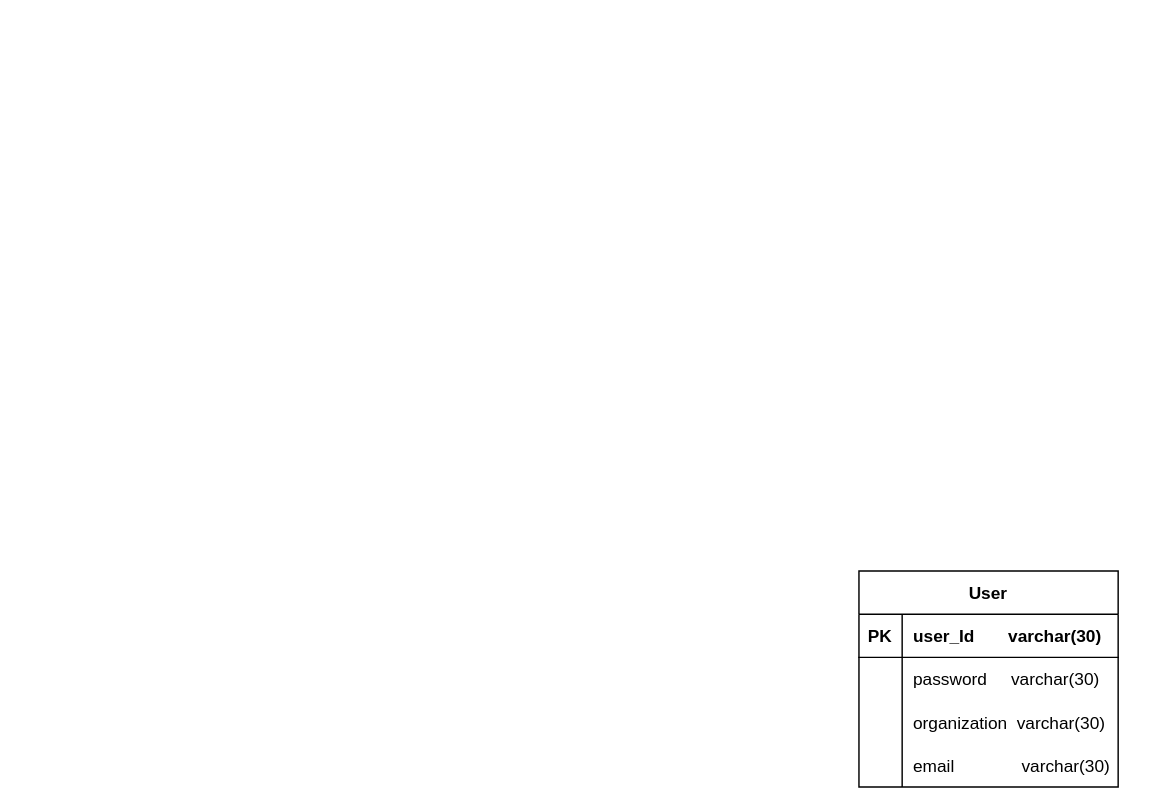
The draw.io diagram 분석 플랫폼 테이블 설계.drawio in vtw-atm/bigdata-table-diagram, before the edit. Source tidied: cells renumbered, new cells numbered last; positions are measured from the earlier drawing's top-left corner, leaving out a move shared by most shapes. Both pictures are drawn from the tidied source at 144%, with x=0, y=0 at pixel (858, 570).
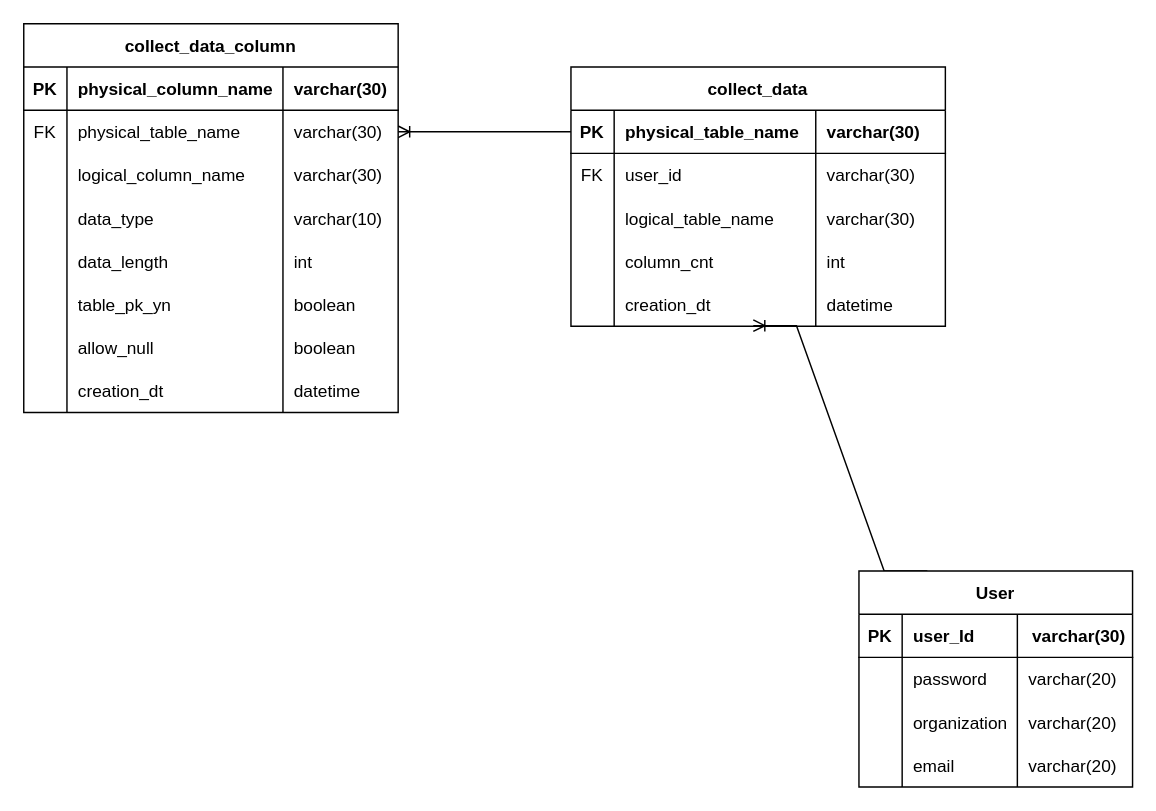
The same page after the edit.

Commit message:
분석 플랫폼 테이블 설계.drawio 업데이트

The edit, as a diff of the source:
```diff
@@
+    <mxCell id="15" style="edgeStyle=entityRelationEdgeStyle;fontSize=12;html=1;endArrow=ERoneToMany;rounded=0;entryX=0.487;entryY=0.989;entryDx=0;entryDy=0;exitX=0.25;exitY=0;exitDx=0;exitDy=0;entryPerimeter=0;" parent="1" edge="1" source="2" target="50">
+      <mxGeometry relative="1" as="geometry" />
+    </mxCell>
+    <mxCell id="16" style="edgeStyle=entityRelationEdgeStyle;fontSize=12;html=1;endArrow=ERoneToMany;rounded=0;exitX=0;exitY=0.5;exitDx=0;exitDy=0;entryX=1;entryY=0.5;entryDx=0;entryDy=0;" parent="1" edge="1" source="34" target="59">
+      <mxGeometry relative="1" as="geometry" />
+    </mxCell>
-    <mxCell id="2" value="User" style="shape=table;startSize=30;childLayout=tableLayout;rowLines=0;fontStyle=1;align=center;" parent="1" vertex="1">
-      <mxGeometry width="180" height="150" as="geometry" />
+    <mxCell id="2" value="User" style="shape=table;startSize=30;childLayout=tableLayout;rowLines=0;fontStyle=1;align=center;rounded=0;" parent="1" vertex="1">
+      <mxGeometry width="190" height="150" as="geometry" />
     </mxCell>
-    <mxCell id="3" style="shape=tableRow;horizontal=0;startSize=0;swimlaneHead=0;swimlaneBody=0;fillColor=none;top=0;left=0;right=0;bottom=1;" parent="2" vertex="1">
-      <mxGeometry y="30" width="180" height="30" as="geometry" />
-    </mxCell>
-    <mxCell id="4" value="PK" style="shape=partialRectangle;fillColor=none;top=0;left=0;bottom=0;right=0;fontStyle=1;overflow=hidden;" parent="3" vertex="1">
-      <mxGeometry width="30" height="30" as="geometry" />
-    </mxCell>
-    <mxCell id="5" value="user_Id       varchar(30)    " style="shape=partialRectangle;fillColor=none;top=0;left=0;bottom=0;right=0;align=left;spacingLeft=6;fontStyle=1;overflow=hidden;" parent="3" vertex="1">
-      <mxGeometry x="30" width="150" height="30" as="geometry" />
-    </mxCell>
-    <mxCell id="6" style="shape=tableRow;horizontal=0;startSize=0;swimlaneHead=0;swimlaneBody=0;fillColor=none;top=0;left=0;right=0;bottom=0;" parent="2" vertex="1">
-      <mxGeometry y="60" width="180" height="30" as="geometry" />
-    </mxCell>
-    <mxCell id="7" style="shape=partialRectangle;fillColor=none;top=0;left=0;bottom=0;right=0;overflow=hidden;" parent="6" vertex="1">
-      <mxGeometry width="30" height="30" as="geometry" />
-    </mxCell>
-    <mxCell id="8" value="password     varchar(30)" style="shape=partialRectangle;fillColor=none;top=0;left=0;bottom=0;right=0;align=left;spacingLeft=6;overflow=hidden;" parent="6" vertex="1">
-      <mxGeometry x="30" width="150" height="30" as="geometry" />
-    </mxCell>
-    <mxCell id="9" style="shape=tableRow;horizontal=0;startSize=0;swimlaneHead=0;swimlaneBody=0;fillColor=none;top=0;left=0;right=0;bottom=0;" parent="2" vertex="1">
-      <mxGeometry y="90" width="180" height="30" as="geometry" />
-    </mxCell>
-    <mxCell id="10" style="shape=partialRectangle;fillColor=none;top=0;left=0;bottom=0;right=0;overflow=hidden;" parent="9" vertex="1">
-      <mxGeometry width="30" height="30" as="geometry" />
-    </mxCell>
-    <mxCell id="11" value="organization  varchar(30)" style="shape=partialRectangle;fillColor=none;top=0;left=0;bottom=0;right=0;align=left;spacingLeft=6;overflow=hidden;" parent="9" vertex="1">
-      <mxGeometry x="30" width="150" height="30" as="geometry" />
-    </mxCell>
-    <mxCell id="12" style="shape=tableRow;horizontal=0;startSize=0;swimlaneHead=0;swimlaneBody=0;fillColor=none;top=0;left=0;right=0;bottom=0;" parent="2" vertex="1">
-      <mxGeometry y="120" width="180" height="30" as="geometry" />
-    </mxCell>
-    <mxCell id="13" style="shape=partialRectangle;fillColor=none;top=0;left=0;bottom=0;right=0;overflow=hidden;" parent="12" vertex="1">
-      <mxGeometry width="30" height="30" as="geometry" />
-    </mxCell>
-    <mxCell id="14" value="email              varchar(30)" style="shape=partialRectangle;fillColor=none;top=0;left=0;bottom=0;right=0;align=left;spacingLeft=6;overflow=hidden;" parent="12" vertex="1">
-      <mxGeometry x="30" width="150" height="30" as="geometry" />
-    </mxCell>
+    <mxCell id="17" style="shape=tableRow;horizontal=0;startSize=0;swimlaneHead=0;swimlaneBody=0;fillColor=none;top=0;left=0;right=0;bottom=1;rounded=0;" parent="2" vertex="1">
+      <mxGeometry y="30" width="190" height="30" as="geometry" />
+    </mxCell>
+    <mxCell id="18" value="PK" style="shape=partialRectangle;fillColor=none;top=0;left=0;bottom=0;right=0;fontStyle=1;overflow=hidden;rounded=0;" parent="17" vertex="1">
+      <mxGeometry width="30" height="30" as="geometry" />
+    </mxCell>
+    <mxCell id="19" value="user_Id" style="shape=partialRectangle;fillColor=none;top=0;left=0;bottom=0;right=0;align=left;spacingLeft=6;fontStyle=1;overflow=hidden;rounded=0;" parent="17" vertex="1">
+      <mxGeometry x="30" width="80" height="30" as="geometry" />
+    </mxCell>
+    <mxCell id="20" value="varchar(30)" style="shape=partialRectangle;fillColor=none;top=0;left=0;bottom=0;right=0;align=center;spacingLeft=6;fontStyle=1;overflow=hidden;labelBorderColor=none;strokeWidth=1;strokeColor=default;dashed=1;labelPosition=center;verticalLabelPosition=middle;verticalAlign=middle;rounded=0;sketch=1;curveFitting=1;jiggle=2;" parent="17" vertex="1">
+      <mxGeometry x="110" width="80" height="30" as="geometry" />
+    </mxCell>
+    <mxCell id="21" style="shape=tableRow;horizontal=0;startSize=0;swimlaneHead=0;swimlaneBody=0;fillColor=none;top=0;left=0;right=0;bottom=0;rounded=0;" parent="2" vertex="1">
+      <mxGeometry y="60" width="190" height="30" as="geometry" />
+    </mxCell>
+    <mxCell id="22" style="shape=partialRectangle;fillColor=none;top=0;left=0;bottom=0;right=0;overflow=hidden;rounded=0;" parent="21" vertex="1">
+      <mxGeometry width="30" height="30" as="geometry" />
+    </mxCell>
+    <mxCell id="23" value="password " style="shape=partialRectangle;fillColor=none;top=0;left=0;bottom=0;right=0;align=left;spacingLeft=6;overflow=hidden;rounded=0;" parent="21" vertex="1">
+      <mxGeometry x="30" width="80" height="30" as="geometry" />
+    </mxCell>
+    <mxCell id="24" value="varchar(20)" style="shape=partialRectangle;fillColor=none;top=0;left=0;bottom=0;right=0;align=left;spacingLeft=6;overflow=hidden;rounded=0;" parent="21" vertex="1">
+      <mxGeometry x="110" width="80" height="30" as="geometry" />
+    </mxCell>
+    <mxCell id="25" style="shape=tableRow;horizontal=0;startSize=0;swimlaneHead=0;swimlaneBody=0;fillColor=none;top=0;left=0;right=0;bottom=0;rounded=0;" parent="2" vertex="1">
+      <mxGeometry y="90" width="190" height="30" as="geometry" />
+    </mxCell>
+    <mxCell id="26" style="shape=partialRectangle;fillColor=none;top=0;left=0;bottom=0;right=0;overflow=hidden;rounded=0;" parent="25" vertex="1">
+      <mxGeometry width="30" height="30" as="geometry" />
+    </mxCell>
+    <mxCell id="27" value="organization" style="shape=partialRectangle;fillColor=none;top=0;left=0;bottom=0;right=0;align=left;spacingLeft=6;overflow=hidden;rounded=0;" parent="25" vertex="1">
+      <mxGeometry x="30" width="80" height="30" as="geometry" />
+    </mxCell>
+    <mxCell id="28" value="varchar(20)" style="shape=partialRectangle;fillColor=none;top=0;left=0;bottom=0;right=0;align=left;spacingLeft=6;overflow=hidden;rounded=0;" parent="25" vertex="1">
+      <mxGeometry x="110" width="80" height="30" as="geometry" />
+    </mxCell>
+    <mxCell id="29" style="shape=tableRow;horizontal=0;startSize=0;swimlaneHead=0;swimlaneBody=0;fillColor=none;top=0;left=0;right=0;bottom=0;rounded=0;" parent="2" vertex="1">
+      <mxGeometry y="120" width="190" height="30" as="geometry" />
+    </mxCell>
+    <mxCell id="30" style="shape=partialRectangle;fillColor=none;top=0;left=0;bottom=0;right=0;overflow=hidden;rounded=0;" parent="29" vertex="1">
+      <mxGeometry width="30" height="30" as="geometry" />
+    </mxCell>
+    <mxCell id="31" value="email" style="shape=partialRectangle;fillColor=none;top=0;left=0;bottom=0;right=0;align=left;spacingLeft=6;overflow=hidden;rounded=0;" parent="29" vertex="1">
+      <mxGeometry x="30" width="80" height="30" as="geometry" />
+    </mxCell>
+    <mxCell id="32" value="varchar(20)" style="shape=partialRectangle;fillColor=none;top=0;left=0;bottom=0;right=0;align=left;spacingLeft=6;overflow=hidden;rounded=0;" parent="29" vertex="1">
+      <mxGeometry x="110" width="80" height="30" as="geometry" />
+    </mxCell>
+    <mxCell id="33" value="collect_data" style="shape=table;startSize=30;childLayout=tableLayout;rowLines=0;fontStyle=1;align=center;rounded=0;" parent="1" vertex="1">
+      <mxGeometry x="-200" y="-350" width="260" height="180" as="geometry" />
+    </mxCell>
+    <mxCell id="34" style="shape=tableRow;horizontal=0;startSize=0;swimlaneHead=0;swimlaneBody=0;fillColor=none;points=[[0,0.5],[1,0.5]];portConstraint=eastwest;top=0;left=0;right=0;bottom=1;rounded=0;" parent="33" vertex="1">
+      <mxGeometry y="30" width="260" height="30" as="geometry" />
+    </mxCell>
+    <mxCell id="35" value="PK" style="shape=partialRectangle;fillColor=none;top=0;left=0;bottom=0;right=0;fontStyle=1;overflow=hidden;rounded=0;" parent="34" vertex="1">
+      <mxGeometry width="30" height="30" as="geometry" />
+    </mxCell>
+    <mxCell id="36" value="physical_table_name" style="shape=partialRectangle;fillColor=none;top=0;left=0;bottom=0;right=0;align=left;spacingLeft=6;fontStyle=1;overflow=hidden;rounded=0;" parent="34" vertex="1">
+      <mxGeometry x="30" width="140" height="30" as="geometry" />
+    </mxCell>
+    <mxCell id="37" value="varchar(30)" style="shape=partialRectangle;fillColor=none;top=0;left=0;bottom=0;right=0;align=left;spacingLeft=6;fontStyle=1;overflow=hidden;rounded=0;" parent="34" vertex="1">
+      <mxGeometry x="170" width="90" height="30" as="geometry" />
+    </mxCell>
+    <mxCell id="38" style="shape=tableRow;horizontal=0;startSize=0;swimlaneHead=0;swimlaneBody=0;fillColor=none;top=0;left=0;right=0;bottom=0;rounded=0;" parent="33" vertex="1">
+      <mxGeometry y="60" width="260" height="30" as="geometry" />
+    </mxCell>
+    <mxCell id="39" value="FK" style="shape=partialRectangle;fillColor=none;top=0;left=0;bottom=0;right=0;overflow=hidden;rounded=0;" parent="38" vertex="1">
+      <mxGeometry width="30" height="30" as="geometry" />
+    </mxCell>
+    <mxCell id="40" value="user_id" style="shape=partialRectangle;fillColor=none;top=0;left=0;bottom=0;right=0;align=left;spacingLeft=6;overflow=hidden;rounded=0;" parent="38" vertex="1">
+      <mxGeometry x="30" width="140" height="30" as="geometry" />
+    </mxCell>
+    <mxCell id="41" value="varchar(30)" style="shape=partialRectangle;fillColor=none;top=0;left=0;bottom=0;right=0;align=left;spacingLeft=6;overflow=hidden;rounded=0;" parent="38" vertex="1">
+      <mxGeometry x="170" width="90" height="30" as="geometry" />
+    </mxCell>
+    <mxCell id="42" style="shape=tableRow;horizontal=0;startSize=0;swimlaneHead=0;swimlaneBody=0;fillColor=none;top=0;left=0;right=0;bottom=0;rounded=0;" parent="33" vertex="1">
+      <mxGeometry y="90" width="260" height="30" as="geometry" />
+    </mxCell>
+    <mxCell id="43" style="shape=partialRectangle;fillColor=none;top=0;left=0;bottom=0;right=0;overflow=hidden;rounded=0;" parent="42" vertex="1">
+      <mxGeometry width="30" height="30" as="geometry" />
+    </mxCell>
+    <mxCell id="44" value="logical_table_name" style="shape=partialRectangle;fillColor=none;top=0;left=0;bottom=0;right=0;align=left;spacingLeft=6;overflow=hidden;rounded=0;" parent="42" vertex="1">
+      <mxGeometry x="30" width="140" height="30" as="geometry" />
+    </mxCell>
+    <mxCell id="45" value="varchar(30)" style="shape=partialRectangle;fillColor=none;top=0;left=0;bottom=0;right=0;align=left;spacingLeft=6;overflow=hidden;rounded=0;" parent="42" vertex="1">
+      <mxGeometry x="170" width="90" height="30" as="geometry" />
+    </mxCell>
+    <mxCell id="46" style="shape=tableRow;horizontal=0;startSize=0;swimlaneHead=0;swimlaneBody=0;fillColor=none;top=0;left=0;right=0;bottom=0;rounded=0;" parent="33" vertex="1">
+      <mxGeometry y="120" width="260" height="30" as="geometry" />
+    </mxCell>
+    <mxCell id="47" style="shape=partialRectangle;fillColor=none;top=0;left=0;bottom=0;right=0;overflow=hidden;rounded=0;" parent="46" vertex="1">
+      <mxGeometry width="30" height="30" as="geometry" />
+    </mxCell>
+    <mxCell id="48" value="column_cnt" style="shape=partialRectangle;fillColor=none;top=0;left=0;bottom=0;right=0;align=left;spacingLeft=6;overflow=hidden;rounded=0;" parent="46" vertex="1">
+      <mxGeometry x="30" width="140" height="30" as="geometry" />
+    </mxCell>
+    <mxCell id="49" value="int" style="shape=partialRectangle;fillColor=none;top=0;left=0;bottom=0;right=0;align=left;spacingLeft=6;overflow=hidden;rounded=0;" parent="46" vertex="1">
+      <mxGeometry x="170" width="90" height="30" as="geometry" />
+    </mxCell>
+    <mxCell id="50" style="shape=tableRow;horizontal=0;startSize=0;swimlaneHead=0;swimlaneBody=0;fillColor=none;points=[[0,0.5],[1,0.5]];portConstraint=eastwest;top=0;left=0;right=0;bottom=0;rounded=0;" parent="33" vertex="1">
+      <mxGeometry y="150" width="260" height="30" as="geometry" />
+    </mxCell>
+    <mxCell id="51" style="shape=partialRectangle;fillColor=none;top=0;left=0;bottom=0;right=0;overflow=hidden;rounded=0;" parent="50" vertex="1">
+      <mxGeometry width="30" height="30" as="geometry" />
+    </mxCell>
+    <mxCell id="52" value="creation_dt" style="shape=partialRectangle;fillColor=none;top=0;left=0;bottom=0;right=0;align=left;spacingLeft=6;overflow=hidden;rounded=0;" parent="50" vertex="1">
+      <mxGeometry x="30" width="140" height="30" as="geometry" />
+    </mxCell>
+    <mxCell id="53" value="datetime" style="shape=partialRectangle;fillColor=none;top=0;left=0;bottom=0;right=0;align=left;spacingLeft=6;overflow=hidden;rounded=0;" parent="50" vertex="1">
+      <mxGeometry x="170" width="90" height="30" as="geometry" />
+    </mxCell>
+    <mxCell id="54" value="collect_data_column" style="shape=table;startSize=30;childLayout=tableLayout;rowLines=0;fontStyle=1;align=center;rounded=0;" parent="1" vertex="1">
+      <mxGeometry x="-580" y="-380" width="260" height="270" as="geometry" />
+    </mxCell>
+    <mxCell id="55" style="shape=tableRow;horizontal=0;startSize=0;swimlaneHead=0;swimlaneBody=0;fillColor=none;top=0;left=0;right=0;bottom=1;rounded=0;" parent="54" vertex="1">
+      <mxGeometry y="30" width="260" height="30" as="geometry" />
+    </mxCell>
+    <mxCell id="56" value="PK" style="shape=partialRectangle;fillColor=none;top=0;left=0;bottom=0;right=0;fontStyle=1;overflow=hidden;rounded=0;" parent="55" vertex="1">
+      <mxGeometry width="30" height="30" as="geometry" />
+    </mxCell>
+    <mxCell id="57" value="physical_column_name" style="shape=partialRectangle;fillColor=none;top=0;left=0;bottom=0;right=0;align=left;spacingLeft=6;fontStyle=1;overflow=hidden;rounded=0;" parent="55" vertex="1">
+      <mxGeometry x="30" width="150" height="30" as="geometry" />
+    </mxCell>
+    <mxCell id="58" value="varchar(30)" style="shape=partialRectangle;fillColor=none;top=0;left=0;bottom=0;right=0;align=left;spacingLeft=6;fontStyle=1;overflow=hidden;rounded=0;" parent="55" vertex="1">
+      <mxGeometry x="180" width="80" height="30" as="geometry" />
+    </mxCell>
+    <mxCell id="59" style="shape=tableRow;horizontal=0;startSize=0;swimlaneHead=0;swimlaneBody=0;fillColor=none;points=[[0,0.5],[1,0.5]];portConstraint=eastwest;top=0;left=0;right=0;bottom=0;rounded=0;" parent="54" vertex="1">
+      <mxGeometry y="60" width="260" height="30" as="geometry" />
+    </mxCell>
+    <mxCell id="60" value="FK" style="shape=partialRectangle;fillColor=none;top=0;left=0;bottom=0;right=0;overflow=hidden;rounded=0;" parent="59" vertex="1">
+      <mxGeometry width="30" height="30" as="geometry" />
+    </mxCell>
+    <mxCell id="61" value="physical_table_name" style="shape=partialRectangle;fillColor=none;top=0;left=0;bottom=0;right=0;align=left;spacingLeft=6;overflow=hidden;rounded=0;" parent="59" vertex="1">
+      <mxGeometry x="30" width="150" height="30" as="geometry" />
+    </mxCell>
+    <mxCell id="62" value="varchar(30)" style="shape=partialRectangle;fillColor=none;top=0;left=0;bottom=0;right=0;align=left;spacingLeft=6;overflow=hidden;rounded=0;" parent="59" vertex="1">
+      <mxGeometry x="180" width="80" height="30" as="geometry" />
+    </mxCell>
+    <mxCell id="63" style="shape=tableRow;horizontal=0;startSize=0;swimlaneHead=0;swimlaneBody=0;fillColor=none;top=0;left=0;right=0;bottom=0;rounded=0;" parent="54" vertex="1">
+      <mxGeometry y="90" width="260" height="30" as="geometry" />
+    </mxCell>
+    <mxCell id="64" style="shape=partialRectangle;fillColor=none;top=0;left=0;bottom=0;right=0;overflow=hidden;rounded=0;" parent="63" vertex="1">
+      <mxGeometry width="30" height="30" as="geometry" />
+    </mxCell>
+    <mxCell id="65" value="logical_column_name" style="shape=partialRectangle;fillColor=none;top=0;left=0;bottom=0;right=0;align=left;spacingLeft=6;overflow=hidden;rounded=0;" parent="63" vertex="1">
+      <mxGeometry x="30" width="150" height="30" as="geometry" />
+    </mxCell>
+    <mxCell id="66" value="varchar(30)" style="shape=partialRectangle;fillColor=none;top=0;left=0;bottom=0;right=0;align=left;spacingLeft=6;overflow=hidden;rounded=0;" parent="63" vertex="1">
+      <mxGeometry x="180" width="80" height="30" as="geometry" />
+    </mxCell>
+    <mxCell id="67" style="shape=tableRow;horizontal=0;startSize=0;swimlaneHead=0;swimlaneBody=0;fillColor=none;top=0;left=0;right=0;bottom=0;rounded=0;" parent="54" vertex="1">
+      <mxGeometry y="120" width="260" height="30" as="geometry" />
+    </mxCell>
+    <mxCell id="68" style="shape=partialRectangle;fillColor=none;top=0;left=0;bottom=0;right=0;overflow=hidden;rounded=0;" parent="67" vertex="1">
+      <mxGeometry width="30" height="30" as="geometry" />
+    </mxCell>
+    <mxCell id="69" value="data_type" style="shape=partialRectangle;fillColor=none;top=0;left=0;bottom=0;right=0;align=left;spacingLeft=6;overflow=hidden;rounded=0;" parent="67" vertex="1">
+      <mxGeometry x="30" width="150" height="30" as="geometry" />
+    </mxCell>
+    <mxCell id="70" value="varchar(10)" style="shape=partialRectangle;fillColor=none;top=0;left=0;bottom=0;right=0;align=left;spacingLeft=6;overflow=hidden;rounded=0;" parent="67" vertex="1">
+      <mxGeometry x="180" width="80" height="30" as="geometry" />
+    </mxCell>
+    <mxCell id="71" style="shape=tableRow;horizontal=0;startSize=0;swimlaneHead=0;swimlaneBody=0;fillColor=none;top=0;left=0;right=0;bottom=0;rounded=0;" parent="54" vertex="1">
+      <mxGeometry y="150" width="260" height="30" as="geometry" />
+    </mxCell>
+    <mxCell id="72" style="shape=partialRectangle;fillColor=none;top=0;left=0;bottom=0;right=0;overflow=hidden;rounded=0;" parent="71" vertex="1">
+      <mxGeometry width="30" height="30" as="geometry" />
+    </mxCell>
+    <mxCell id="73" value="data_length" style="shape=partialRectangle;fillColor=none;top=0;left=0;bottom=0;right=0;align=left;spacingLeft=6;overflow=hidden;rounded=0;" parent="71" vertex="1">
+      <mxGeometry x="30" width="150" height="30" as="geometry" />
+    </mxCell>
+    <mxCell id="74" value="int" style="shape=partialRectangle;fillColor=none;top=0;left=0;bottom=0;right=0;align=left;spacingLeft=6;overflow=hidden;rounded=0;" parent="71" vertex="1">
+      <mxGeometry x="180" width="80" height="30" as="geometry" />
+    </mxCell>
+    <mxCell id="75" style="shape=tableRow;horizontal=0;startSize=0;swimlaneHead=0;swimlaneBody=0;fillColor=none;top=0;left=0;right=0;bottom=0;rounded=0;" parent="54" vertex="1">
+      <mxGeometry y="180" width="260" height="30" as="geometry" />
+    </mxCell>
+    <mxCell id="76" style="shape=partialRectangle;fillColor=none;top=0;left=0;bottom=0;right=0;overflow=hidden;rounded=0;" parent="75" vertex="1">
+      <mxGeometry width="30" height="30" as="geometry" />
+    </mxCell>
+    <mxCell id="77" value="table_pk_yn" style="shape=partialRectangle;fillColor=none;top=0;left=0;bottom=0;right=0;align=left;spacingLeft=6;overflow=hidden;rounded=0;" parent="75" vertex="1">
+      <mxGeometry x="30" width="150" height="30" as="geometry" />
+    </mxCell>
+    <mxCell id="78" value="boolean" style="shape=partialRectangle;fillColor=none;top=0;left=0;bottom=0;right=0;align=left;spacingLeft=6;overflow=hidden;rounded=0;" parent="75" vertex="1">
+      <mxGeometry x="180" width="80" height="30" as="geometry" />
+    </mxCell>
+    <mxCell id="79" style="shape=tableRow;horizontal=0;startSize=0;swimlaneHead=0;swimlaneBody=0;fillColor=none;top=0;left=0;right=0;bottom=0;rounded=0;" parent="54" vertex="1">
+      <mxGeometry y="210" width="260" height="30" as="geometry" />
+    </mxCell>
+    <mxCell id="80" style="shape=partialRectangle;fillColor=none;top=0;left=0;bottom=0;right=0;overflow=hidden;rounded=0;" parent="79" vertex="1">
+      <mxGeometry width="30" height="30" as="geometry" />
+    </mxCell>
+    <mxCell id="81" value="allow_null" style="shape=partialRectangle;fillColor=none;top=0;left=0;bottom=0;right=0;align=left;spacingLeft=6;overflow=hidden;rounded=0;" parent="79" vertex="1">
+      <mxGeometry x="30" width="150" height="30" as="geometry" />
+    </mxCell>
+    <mxCell id="82" value="boolean" style="shape=partialRectangle;fillColor=none;top=0;left=0;bottom=0;right=0;align=left;spacingLeft=6;overflow=hidden;rounded=0;" parent="79" vertex="1">
+      <mxGeometry x="180" width="80" height="30" as="geometry" />
+    </mxCell>
+    <mxCell id="83" style="shape=tableRow;horizontal=0;startSize=0;swimlaneHead=0;swimlaneBody=0;fillColor=none;top=0;left=0;right=0;bottom=0;rounded=0;" parent="54" vertex="1">
+      <mxGeometry y="240" width="260" height="30" as="geometry" />
+    </mxCell>
+    <mxCell id="84" style="shape=partialRectangle;fillColor=none;top=0;left=0;bottom=0;right=0;overflow=hidden;rounded=0;" parent="83" vertex="1">
+      <mxGeometry width="30" height="30" as="geometry" />
+    </mxCell>
+    <mxCell id="85" value="creation_dt" style="shape=partialRectangle;fillColor=none;top=0;left=0;bottom=0;right=0;align=left;spacingLeft=6;overflow=hidden;rounded=0;" parent="83" vertex="1">
+      <mxGeometry x="30" width="150" height="30" as="geometry" />
+    </mxCell>
+    <mxCell id="86" value="datetime" style="shape=partialRectangle;fillColor=none;top=0;left=0;bottom=0;right=0;align=left;spacingLeft=6;overflow=hidden;rounded=0;" parent="83" vertex="1">
+      <mxGeometry x="180" width="80" height="30" as="geometry" />
+    </mxCell>
```
